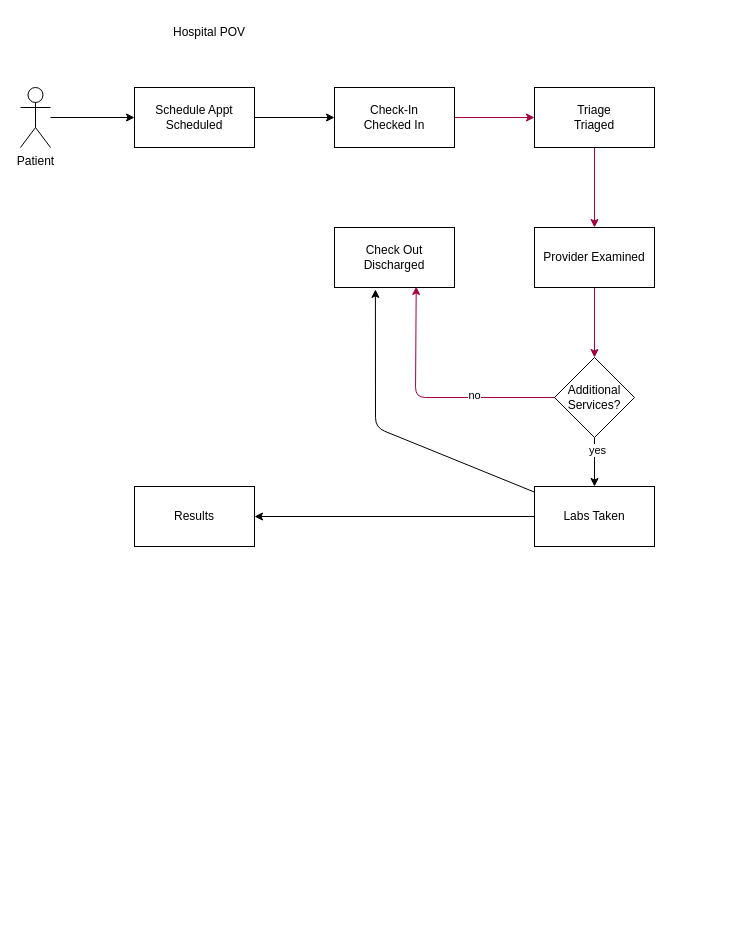
The draw.io diagram page "Hospital POV" (2 of 9) of docs/architecture.drawio in scottroot-msft/Business-Process-Tracking-Level-Up, before the edit. Source tidied: cells renumbered, new cells numbered last; positions are measured from the earlier drawing's top-left corner, leaving out a move shared by most shapes. Both pictures are drawn from the tidied source at 100%, with x=0, y=0 at pixel (20, 17).
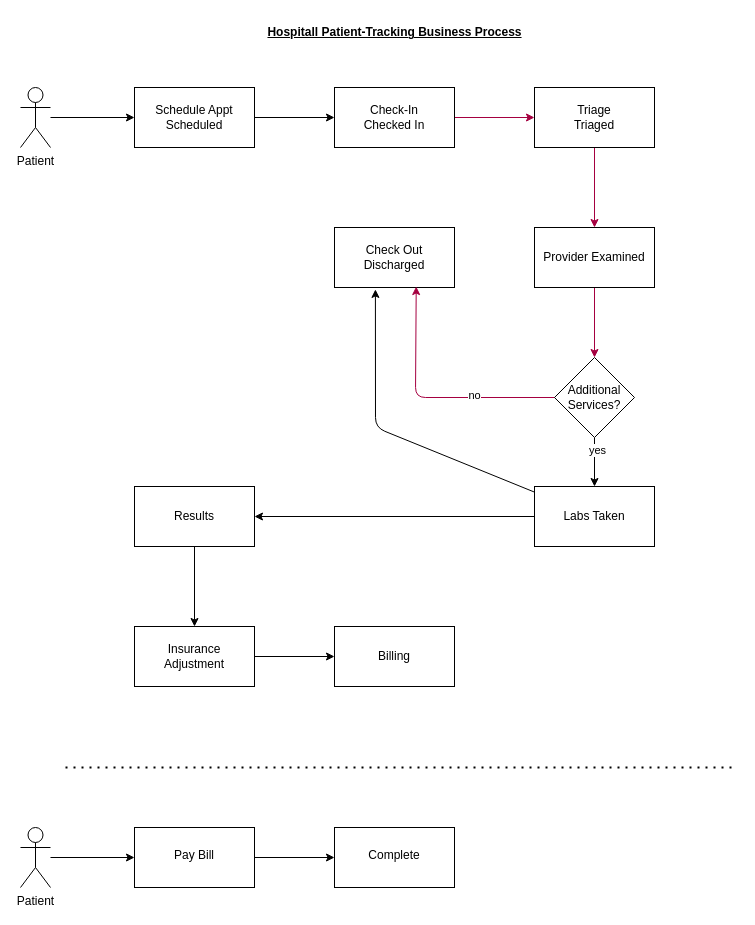
The same page after the edit.

Commit message (it also covers changes not shown here):
Updated business process arch

The change refers to these unchanged cells:
```xml
<mxCell id="22" value="Results" style="whiteSpace=wrap;html=1;rounded=0;" parent="1" vertex="1">
  <mxGeometry x="114" y="469" width="120" height="60" as="geometry" />
</mxCell>
```

What changed in the source:
```diff
@@
-    <mxCell id="13" value="Hospital POV" style="text;html=1;strokeColor=none;fillColor=none;align=center;verticalAlign=middle;whiteSpace=wrap;rounded=0;" parent="1" vertex="1">
-      <mxGeometry x="114" width="150" height="30" as="geometry" />
+    <mxCell id="13" value="Hospitall Patient-Tracking Business Process" style="text;html=1;strokeColor=none;fillColor=none;align=center;verticalAlign=middle;whiteSpace=wrap;rounded=0;fontStyle=5;" parent="1" vertex="1">
+      <mxGeometry x="114" width="521" height="30" as="geometry" />
     </mxCell>
@@
+    <mxCell id="23" style="edgeStyle=none;html=1;" parent="1" edge="1" source="22" target="29">
+      <mxGeometry relative="1" as="geometry" />
+    </mxCell>
@@
+    <mxCell id="24" style="edgeStyle=none;html=1;" parent="1" edge="1" source="25" target="27">
+      <mxGeometry relative="1" as="geometry" />
+    </mxCell>
+    <mxCell id="25" value="Patient" style="shape=umlActor;verticalLabelPosition=bottom;verticalAlign=top;html=1;outlineConnect=0;" parent="1" vertex="1">
+      <mxGeometry y="810" width="30" height="60" as="geometry" />
+    </mxCell>
+    <mxCell id="26" style="edgeStyle=none;html=1;" parent="1" edge="1" source="27" target="32">
+      <mxGeometry relative="1" as="geometry" />
+    </mxCell>
+    <mxCell id="27" value="&lt;br&gt;Pay Bill" style="whiteSpace=wrap;html=1;verticalAlign=top;" parent="1" vertex="1">
+      <mxGeometry x="114" y="810" width="120" height="60" as="geometry" />
+    </mxCell>
+    <mxCell id="28" style="edgeStyle=none;html=1;" parent="1" edge="1" source="29" target="30">
+      <mxGeometry relative="1" as="geometry" />
+    </mxCell>
+    <mxCell id="29" value="Insurance &lt;br&gt;Adjustment" style="whiteSpace=wrap;html=1;rounded=0;" parent="1" vertex="1">
+      <mxGeometry x="114" y="609" width="120" height="60" as="geometry" />
+    </mxCell>
+    <mxCell id="30" value="Billing" style="whiteSpace=wrap;html=1;rounded=0;" parent="1" vertex="1">
+      <mxGeometry x="314" y="609" width="120" height="60" as="geometry" />
+    </mxCell>
+    <mxCell id="31" style="endArrow=none;dashed=1;html=1;dashPattern=1 3;strokeWidth=2;" parent="1" edge="1">
+      <mxGeometry relative="1" as="geometry">
+        <mxPoint x="45" y="750" as="sourcePoint" />
+        <mxPoint x="715" y="750" as="targetPoint" />
+      </mxGeometry>
+    </mxCell>
+    <mxCell id="32" value="&lt;br&gt;Complete" style="whiteSpace=wrap;html=1;verticalAlign=top;" parent="1" vertex="1">
+      <mxGeometry x="314" y="810" width="120" height="60" as="geometry" />
+    </mxCell>
```
